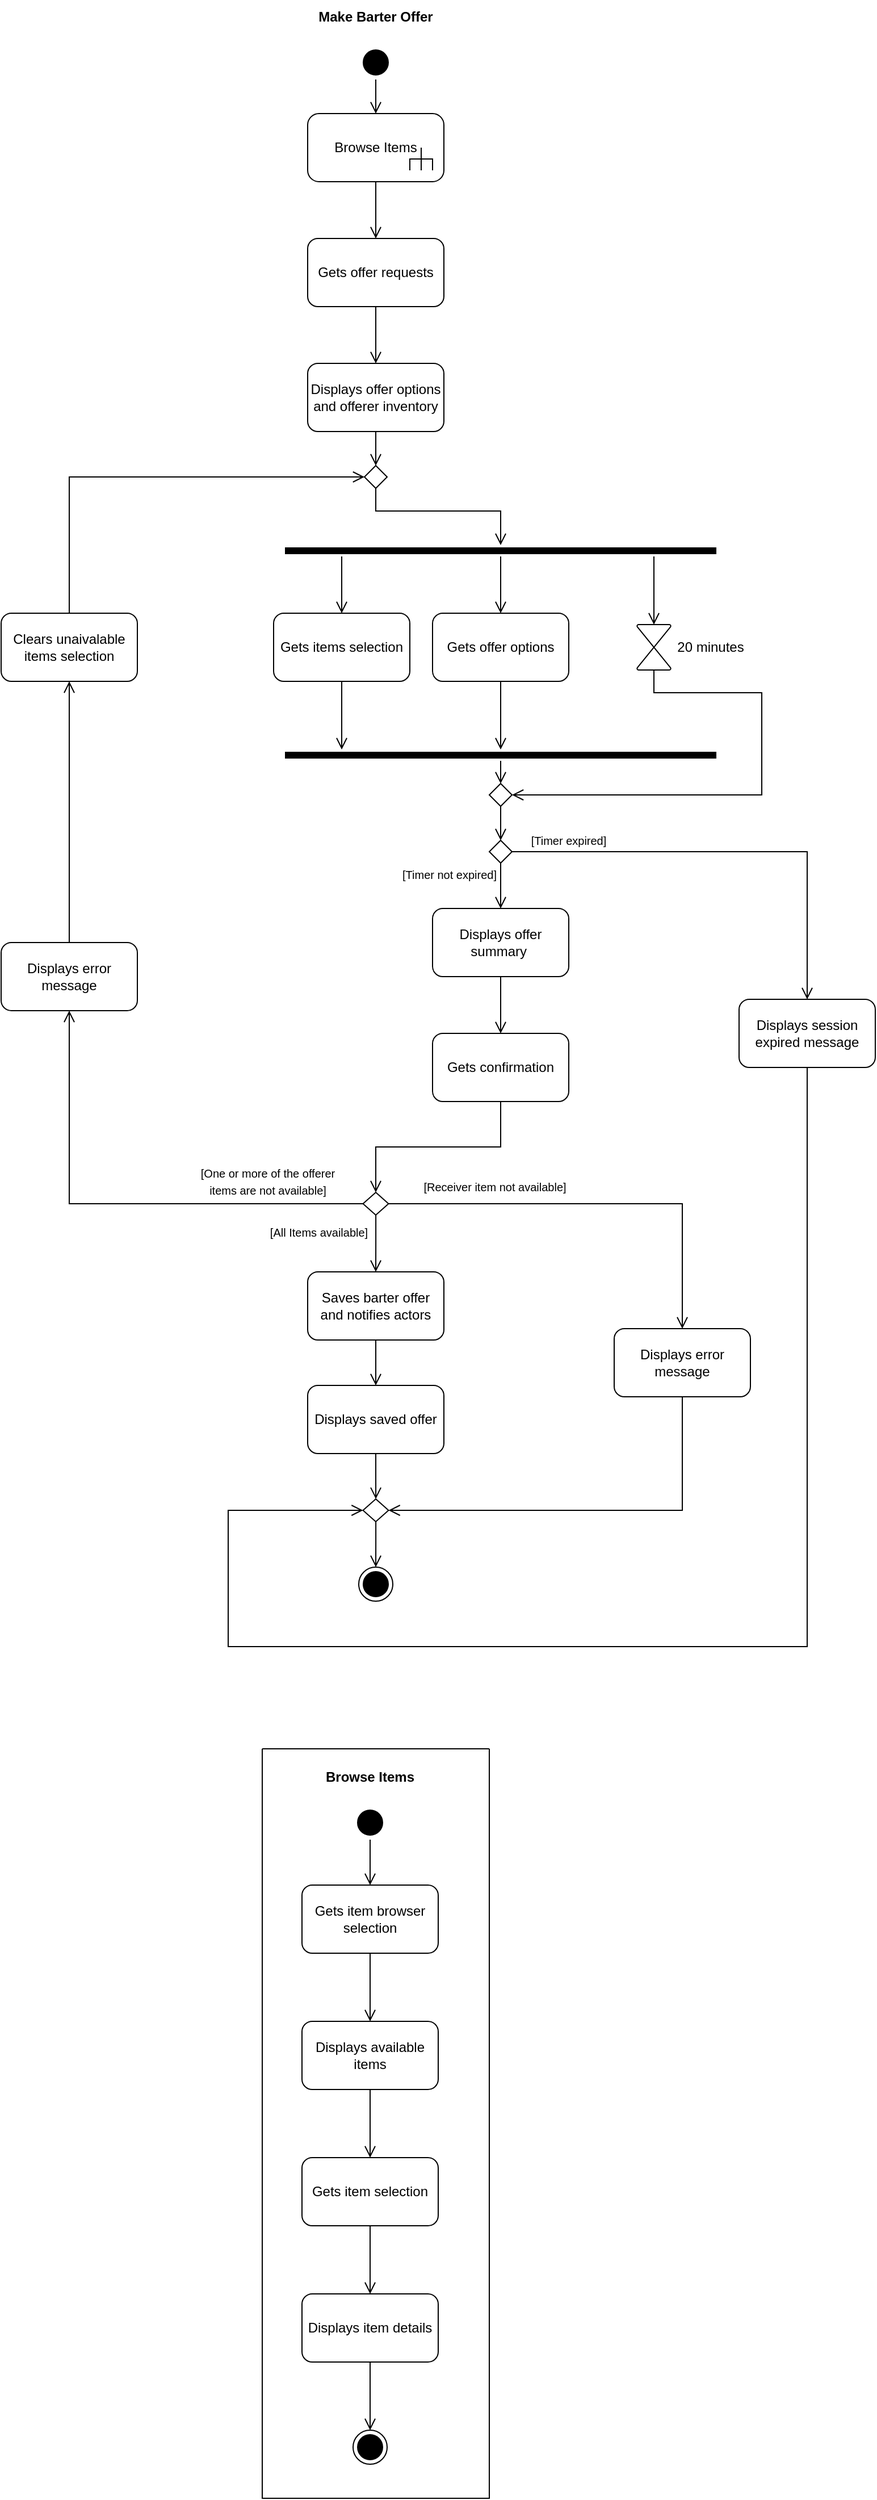
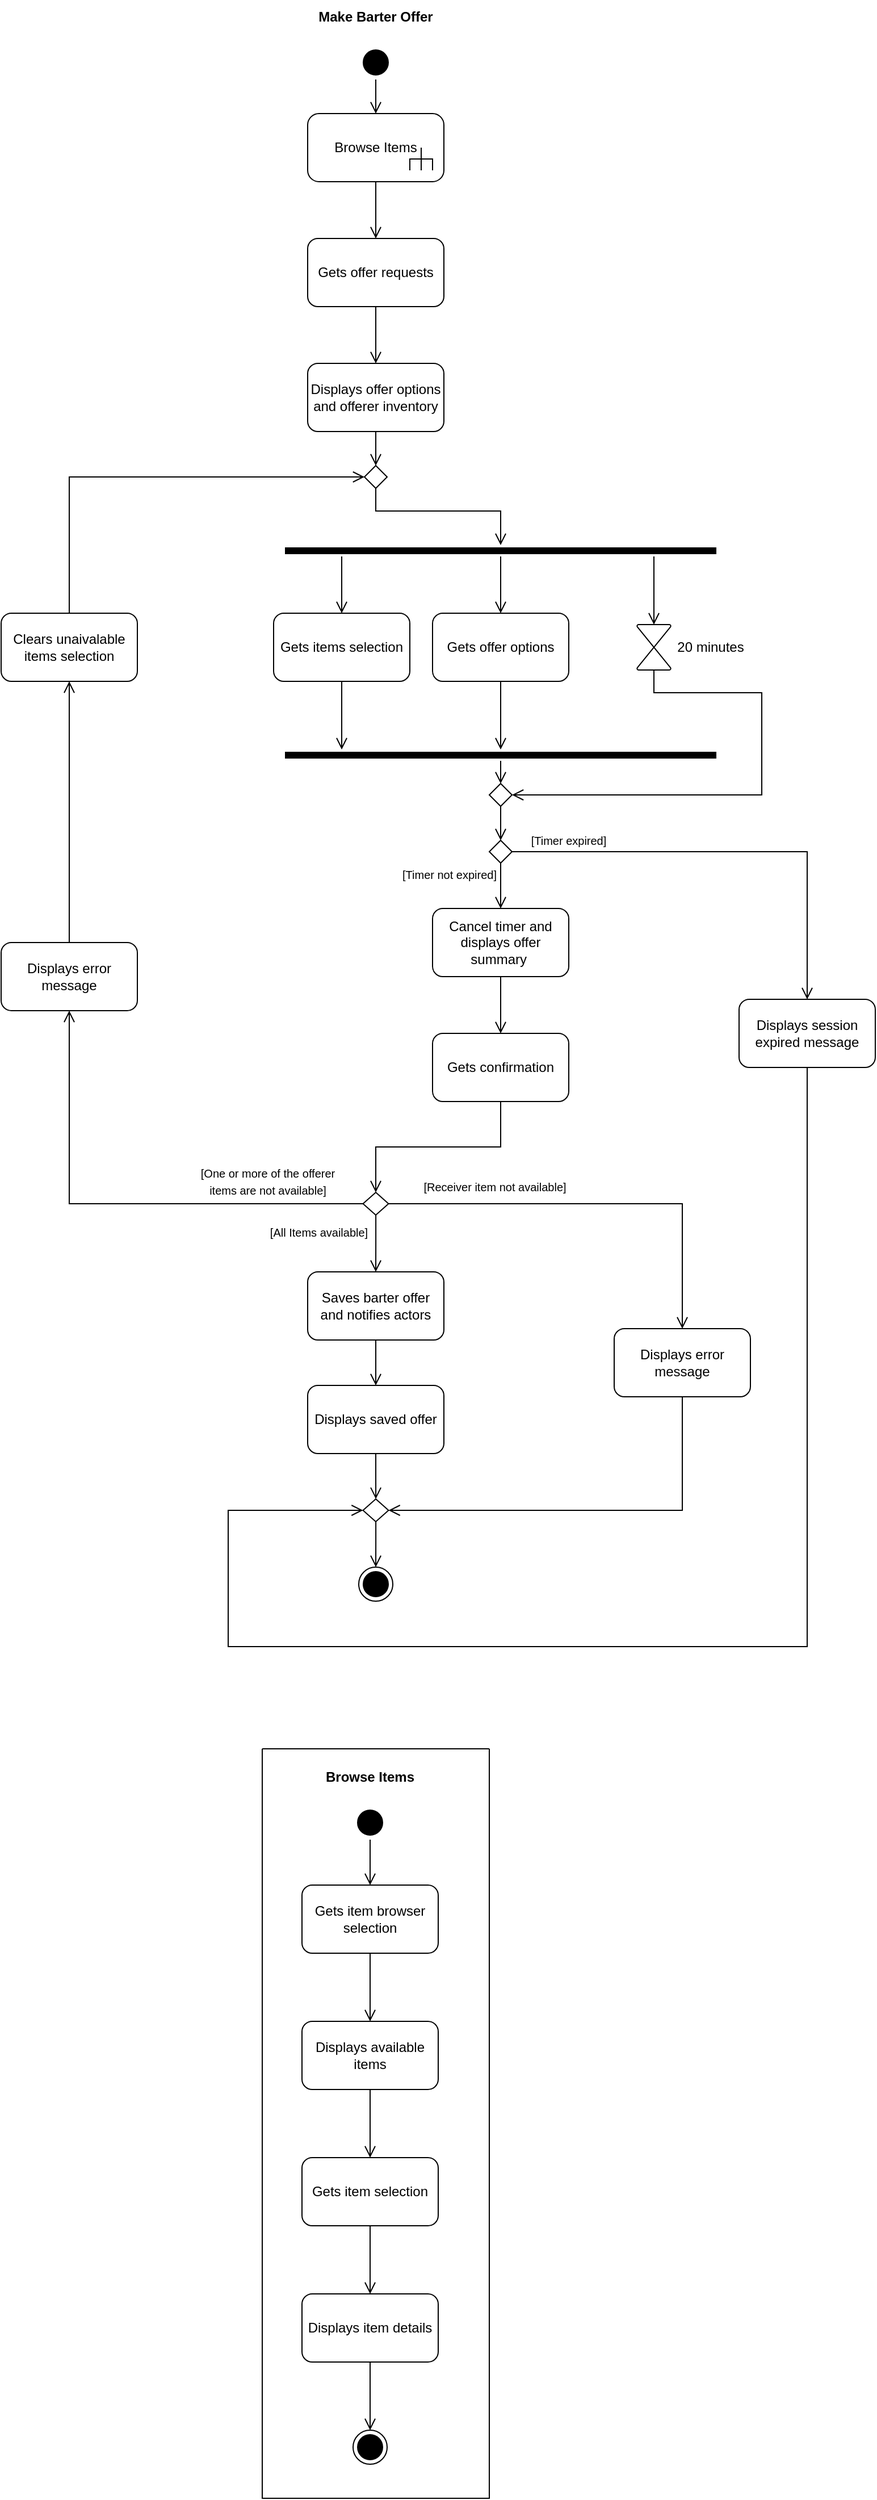
<mxfile host="app.diagrams.net">
  <diagram name="Pagina-1" id="wzVvh0PLMof7XneZ3m_G">
    <mxGraphModel dx="2353" dy="1339" grid="1" gridSize="10" guides="1" tooltips="1" connect="1" arrows="1" fold="1" page="1" pageScale="1" pageWidth="827" pageHeight="1169" math="0" shadow="0">
      <root>
        <mxCell id="0" />
        <mxCell id="1" parent="0" />
        <mxCell id="98pQ5EC6WEBKg6TK99Ge-1" parent="1" style="text;html=1;whiteSpace=wrap;strokeColor=none;fillColor=none;align=center;verticalAlign=middle;rounded=0;" value="&lt;b&gt;Make Barter Offer&lt;/b&gt;" vertex="1">
          <mxGeometry height="30" width="140" x="300" y="20" as="geometry" />
        </mxCell>
        <mxCell id="98pQ5EC6WEBKg6TK99Ge-6" parent="1" style="ellipse;html=1;shape=startState;fillColor=#000000;strokeColor=#000000;" value="" vertex="1">
          <mxGeometry height="30" width="30" x="355" y="60" as="geometry" />
        </mxCell>
        <mxCell id="98pQ5EC6WEBKg6TK99Ge-7" edge="1" parent="1" source="98pQ5EC6WEBKg6TK99Ge-6" style="edgeStyle=orthogonalEdgeStyle;html=1;verticalAlign=bottom;endArrow=open;endSize=8;strokeColor=#000000;rounded=0;" target="_pa2qI_lrXjVzIk5UoWA-33" value="">
          <mxGeometry relative="1" as="geometry">
            <mxPoint x="370" y="120" as="targetPoint" />
          </mxGeometry>
        </mxCell>
        <mxCell id="98pQ5EC6WEBKg6TK99Ge-8" parent="1" style="rounded=1;whiteSpace=wrap;html=1;" value="Gets offer requests" vertex="1">
          <mxGeometry height="60" width="120" x="310" y="230" as="geometry" />
        </mxCell>
        <mxCell id="98pQ5EC6WEBKg6TK99Ge-9" parent="1" style="rounded=1;whiteSpace=wrap;html=1;" value="Displays offer options and offerer inventory" vertex="1">
          <mxGeometry height="60" width="120" x="310" y="340" as="geometry" />
        </mxCell>
-         <mxCell id="98pQ5EC6WEBKg6TK99Ge-11" parent="1" style="rounded=1;whiteSpace=wrap;html=1;" value="Displays offer summary&amp;nbsp;" vertex="1">
+         <mxCell id="98pQ5EC6WEBKg6TK99Ge-11" parent="1" style="rounded=1;whiteSpace=wrap;html=1;" value="Cancel timer and displays offer summary&amp;nbsp;" vertex="1">
          <mxGeometry height="60" width="120" x="420" y="820" as="geometry" />
        </mxCell>
        <mxCell id="98pQ5EC6WEBKg6TK99Ge-12" parent="1" style="rounded=1;whiteSpace=wrap;html=1;" value="Gets confirmation" vertex="1">
          <mxGeometry height="60" width="120" x="420" y="930" as="geometry" />
        </mxCell>
        <mxCell id="98pQ5EC6WEBKg6TK99Ge-14" parent="1" style="rounded=1;whiteSpace=wrap;html=1;" value="Saves barter offer and notifies actors" vertex="1">
          <mxGeometry height="60" width="120" x="310" y="1140" as="geometry" />
        </mxCell>
        <mxCell id="98pQ5EC6WEBKg6TK99Ge-16" parent="1" style="rounded=1;whiteSpace=wrap;html=1;" value="Displays saved offer" vertex="1">
          <mxGeometry height="60" width="120" x="310" y="1240" as="geometry" />
        </mxCell>
        <mxCell id="98pQ5EC6WEBKg6TK99Ge-17" edge="1" parent="1" source="_pa2qI_lrXjVzIk5UoWA-33" style="edgeStyle=orthogonalEdgeStyle;html=1;verticalAlign=bottom;endArrow=open;endSize=8;strokeColor=#000000;rounded=0;" target="98pQ5EC6WEBKg6TK99Ge-8" value="">
          <mxGeometry relative="1" as="geometry">
            <mxPoint x="370" y="180" as="sourcePoint" />
            <mxPoint x="370" y="230" as="targetPoint" />
          </mxGeometry>
        </mxCell>
        <mxCell id="98pQ5EC6WEBKg6TK99Ge-18" edge="1" parent="1" source="98pQ5EC6WEBKg6TK99Ge-8" style="edgeStyle=orthogonalEdgeStyle;html=1;verticalAlign=bottom;endArrow=open;endSize=8;strokeColor=#000000;rounded=0;exitX=0.5;exitY=1;exitDx=0;exitDy=0;" target="98pQ5EC6WEBKg6TK99Ge-9" value="">
          <mxGeometry relative="1" as="geometry">
            <mxPoint x="370" y="320" as="sourcePoint" />
            <mxPoint x="370" y="350" as="targetPoint" />
          </mxGeometry>
        </mxCell>
        <mxCell id="98pQ5EC6WEBKg6TK99Ge-19" edge="1" parent="1" source="98pQ5EC6WEBKg6TK99Ge-9" style="edgeStyle=orthogonalEdgeStyle;html=1;verticalAlign=bottom;endArrow=open;endSize=8;strokeColor=#000000;rounded=0;" target="98pQ5EC6WEBKg6TK99Ge-45" value="">
          <mxGeometry relative="1" as="geometry">
            <mxPoint x="360" y="450" as="sourcePoint" />
            <mxPoint x="360" y="480" as="targetPoint" />
          </mxGeometry>
        </mxCell>
        <mxCell id="98pQ5EC6WEBKg6TK99Ge-20" edge="1" parent="1" source="_pa2qI_lrXjVzIk5UoWA-20" style="edgeStyle=orthogonalEdgeStyle;html=1;verticalAlign=bottom;endArrow=open;endSize=8;strokeColor=#000000;rounded=0;" target="98pQ5EC6WEBKg6TK99Ge-11" value="">
          <mxGeometry relative="1" as="geometry">
            <mxPoint x="695" y="1075" as="sourcePoint" />
            <mxPoint x="290" y="900" as="targetPoint" />
          </mxGeometry>
        </mxCell>
        <mxCell id="98pQ5EC6WEBKg6TK99Ge-21" edge="1" parent="1" source="98pQ5EC6WEBKg6TK99Ge-11" style="edgeStyle=orthogonalEdgeStyle;html=1;verticalAlign=bottom;endArrow=open;endSize=8;strokeColor=#000000;rounded=0;" target="98pQ5EC6WEBKg6TK99Ge-12" value="">
          <mxGeometry relative="1" as="geometry">
            <mxPoint x="290" y="990" as="sourcePoint" />
            <mxPoint x="290" y="1020" as="targetPoint" />
          </mxGeometry>
        </mxCell>
        <mxCell id="98pQ5EC6WEBKg6TK99Ge-22" edge="1" parent="1" source="98pQ5EC6WEBKg6TK99Ge-12" style="edgeStyle=orthogonalEdgeStyle;html=1;verticalAlign=bottom;endArrow=open;endSize=8;strokeColor=#000000;rounded=0;" target="98pQ5EC6WEBKg6TK99Ge-34" value="">
          <mxGeometry relative="1" as="geometry">
            <Array as="points">
              <mxPoint x="480" y="1030" />
              <mxPoint x="370" y="1030" />
            </Array>
            <mxPoint x="370" y="1060" as="sourcePoint" />
            <mxPoint x="370" y="1090" as="targetPoint" />
          </mxGeometry>
        </mxCell>
        <mxCell id="98pQ5EC6WEBKg6TK99Ge-23" edge="1" parent="1" source="98pQ5EC6WEBKg6TK99Ge-39" style="edgeStyle=orthogonalEdgeStyle;html=1;verticalAlign=bottom;endArrow=open;endSize=8;strokeColor=#000000;rounded=0;" target="98pQ5EC6WEBKg6TK99Ge-40" value="">
          <mxGeometry relative="1" as="geometry">
            <Array as="points">
              <mxPoint x="640" y="1350" />
            </Array>
            <mxPoint x="710" y="1340" as="sourcePoint" />
            <mxPoint x="370" y="1440" as="targetPoint" />
          </mxGeometry>
        </mxCell>
        <mxCell id="98pQ5EC6WEBKg6TK99Ge-26" edge="1" parent="1" source="98pQ5EC6WEBKg6TK99Ge-34" style="edgeStyle=orthogonalEdgeStyle;html=1;verticalAlign=bottom;endArrow=open;endSize=8;strokeColor=#000000;rounded=0;" target="98pQ5EC6WEBKg6TK99Ge-39" value="">
          <mxGeometry relative="1" as="geometry">
            <mxPoint x="470" y="1080" as="sourcePoint" />
            <mxPoint x="500" y="1080" as="targetPoint" />
          </mxGeometry>
        </mxCell>
        <mxCell id="98pQ5EC6WEBKg6TK99Ge-27" edge="1" parent="1" source="98pQ5EC6WEBKg6TK99Ge-34" style="edgeStyle=orthogonalEdgeStyle;html=1;verticalAlign=bottom;endArrow=open;endSize=8;strokeColor=#000000;rounded=0;exitX=0;exitY=0.5;exitDx=0;exitDy=0;" target="98pQ5EC6WEBKg6TK99Ge-42" value="">
          <mxGeometry relative="1" as="geometry">
            <mxPoint x="500" y="1030" as="sourcePoint" />
            <mxPoint x="200" y="1080" as="targetPoint" />
          </mxGeometry>
        </mxCell>
        <mxCell id="98pQ5EC6WEBKg6TK99Ge-28" edge="1" parent="1" source="98pQ5EC6WEBKg6TK99Ge-40" style="edgeStyle=orthogonalEdgeStyle;html=1;verticalAlign=bottom;endArrow=open;endSize=8;strokeColor=#000000;rounded=0;" target="98pQ5EC6WEBKg6TK99Ge-41" value="">
          <mxGeometry relative="1" as="geometry">
            <mxPoint x="481.05" y="1470" as="sourcePoint" />
            <mxPoint x="481.05" y="1500" as="targetPoint" />
          </mxGeometry>
        </mxCell>
        <mxCell id="98pQ5EC6WEBKg6TK99Ge-31" edge="1" parent="1" source="98pQ5EC6WEBKg6TK99Ge-43" style="edgeStyle=orthogonalEdgeStyle;html=1;verticalAlign=bottom;endArrow=open;endSize=8;strokeColor=#000000;rounded=0;" target="98pQ5EC6WEBKg6TK99Ge-45" value="">
          <mxGeometry relative="1" as="geometry">
            <Array as="points">
              <mxPoint x="100" y="440" />
            </Array>
            <mxPoint x="720" y="700" as="sourcePoint" />
            <mxPoint x="720" y="730" as="targetPoint" />
          </mxGeometry>
        </mxCell>
        <mxCell id="98pQ5EC6WEBKg6TK99Ge-32" edge="1" parent="1" source="98pQ5EC6WEBKg6TK99Ge-45" style="edgeStyle=orthogonalEdgeStyle;html=1;verticalAlign=bottom;endArrow=open;endSize=8;strokeColor=#000000;rounded=0;" target="_pa2qI_lrXjVzIk5UoWA-2" value="">
          <mxGeometry relative="1" as="geometry">
            <Array as="points">
              <mxPoint x="370" y="470" />
              <mxPoint x="480" y="470" />
            </Array>
            <mxPoint x="690" y="695" as="sourcePoint" />
            <mxPoint x="690" y="725" as="targetPoint" />
          </mxGeometry>
        </mxCell>
        <mxCell id="98pQ5EC6WEBKg6TK99Ge-33" edge="1" parent="1" source="98pQ5EC6WEBKg6TK99Ge-34" style="edgeStyle=orthogonalEdgeStyle;html=1;verticalAlign=bottom;endArrow=open;endSize=8;strokeColor=#000000;rounded=0;" target="98pQ5EC6WEBKg6TK99Ge-14" value="">
          <mxGeometry relative="1" as="geometry">
            <mxPoint x="540" y="1080" as="sourcePoint" />
            <mxPoint x="370" y="1120" as="targetPoint" />
          </mxGeometry>
        </mxCell>
        <mxCell id="98pQ5EC6WEBKg6TK99Ge-34" parent="1" style="rhombus;whiteSpace=wrap;html=1;" value="" vertex="1">
          <mxGeometry height="20" width="22.5" x="358.75" y="1070" as="geometry" />
        </mxCell>
        <mxCell id="98pQ5EC6WEBKg6TK99Ge-36" parent="1" style="text;html=1;whiteSpace=wrap;strokeColor=none;fillColor=none;align=center;verticalAlign=middle;rounded=0;" value="&lt;font style=&quot;font-size: 10px;&quot;&gt;[Receiver item not available]&lt;/font&gt;" vertex="1">
          <mxGeometry height="30" width="130" x="410" y="1050" as="geometry" />
        </mxCell>
        <mxCell id="98pQ5EC6WEBKg6TK99Ge-37" parent="1" style="text;html=1;whiteSpace=wrap;strokeColor=none;fillColor=none;align=center;verticalAlign=middle;rounded=0;" value="&lt;font style=&quot;font-size: 10px;&quot;&gt;[One or more of the offerer items are not available]&lt;/font&gt;" vertex="1">
          <mxGeometry height="30" width="130" x="210" y="1045" as="geometry" />
        </mxCell>
        <mxCell id="98pQ5EC6WEBKg6TK99Ge-38" parent="1" style="text;html=1;whiteSpace=wrap;strokeColor=none;fillColor=none;align=center;verticalAlign=middle;rounded=0;" value="&lt;font style=&quot;font-size: 10px;&quot;&gt;[All Items available]&lt;/font&gt;" vertex="1">
          <mxGeometry height="30" width="90" x="275" y="1090" as="geometry" />
        </mxCell>
        <mxCell id="98pQ5EC6WEBKg6TK99Ge-39" parent="1" style="rounded=1;whiteSpace=wrap;html=1;" value="Displays error message" vertex="1">
          <mxGeometry height="60" width="120" x="580" y="1190" as="geometry" />
        </mxCell>
        <mxCell id="98pQ5EC6WEBKg6TK99Ge-40" parent="1" style="rhombus;whiteSpace=wrap;html=1;" value="" vertex="1">
          <mxGeometry height="20" width="22.5" x="358.75" y="1340" as="geometry" />
        </mxCell>
        <mxCell id="98pQ5EC6WEBKg6TK99Ge-41" parent="1" style="ellipse;html=1;shape=endState;fillColor=#000000;strokeColor=#000000;" value="" vertex="1">
          <mxGeometry height="30" width="30" x="355" y="1400" as="geometry" />
        </mxCell>
        <mxCell id="98pQ5EC6WEBKg6TK99Ge-42" parent="1" style="rounded=1;whiteSpace=wrap;html=1;" value="Displays error message" vertex="1">
          <mxGeometry height="60" width="120" x="40" y="850" as="geometry" />
        </mxCell>
        <mxCell id="98pQ5EC6WEBKg6TK99Ge-43" parent="1" style="rounded=1;whiteSpace=wrap;html=1;" value="Clears unaivalable items selection" vertex="1">
          <mxGeometry height="60" width="120" x="40" y="560" as="geometry" />
        </mxCell>
        <mxCell id="98pQ5EC6WEBKg6TK99Ge-45" parent="1" style="rhombus;whiteSpace=wrap;html=1;" value="" vertex="1">
          <mxGeometry height="20" width="20" x="360" y="430" as="geometry" />
        </mxCell>
        <mxCell id="98pQ5EC6WEBKg6TK99Ge-47" edge="1" parent="1" source="98pQ5EC6WEBKg6TK99Ge-42" style="edgeStyle=orthogonalEdgeStyle;html=1;verticalAlign=bottom;endArrow=open;endSize=8;strokeColor=#000000;rounded=0;" target="98pQ5EC6WEBKg6TK99Ge-43" value="">
          <mxGeometry relative="1" as="geometry">
            <mxPoint x="190" y="450" as="sourcePoint" />
            <mxPoint x="190" y="480" as="targetPoint" />
          </mxGeometry>
        </mxCell>
        <mxCell id="98pQ5EC6WEBKg6TK99Ge-49" edge="1" parent="1" source="98pQ5EC6WEBKg6TK99Ge-16" style="edgeStyle=orthogonalEdgeStyle;html=1;verticalAlign=bottom;endArrow=open;endSize=8;strokeColor=#000000;rounded=0;" target="98pQ5EC6WEBKg6TK99Ge-40" value="">
          <mxGeometry relative="1" as="geometry">
            <mxPoint x="550" y="890" as="sourcePoint" />
            <mxPoint x="400" y="1420" as="targetPoint" />
          </mxGeometry>
        </mxCell>
        <mxCell id="98pQ5EC6WEBKg6TK99Ge-54" edge="1" parent="1" source="98pQ5EC6WEBKg6TK99Ge-14" style="edgeStyle=orthogonalEdgeStyle;html=1;verticalAlign=bottom;endArrow=open;endSize=8;strokeColor=#000000;rounded=0;" target="98pQ5EC6WEBKg6TK99Ge-16" value="">
          <mxGeometry relative="1" as="geometry">
            <mxPoint x="370" y="1280" as="sourcePoint" />
            <mxPoint x="370" y="1350" as="targetPoint" />
          </mxGeometry>
        </mxCell>
        <mxCell id="98pQ5EC6WEBKg6TK99Ge-60" parent="1" style="rounded=1;whiteSpace=wrap;html=1;" value="Gets item browser selection" vertex="1">
          <mxGeometry height="60" width="120" x="305" y="1680" as="geometry" />
        </mxCell>
        <mxCell id="98pQ5EC6WEBKg6TK99Ge-61" parent="1" style="rounded=1;whiteSpace=wrap;html=1;" value="Displays available items" vertex="1">
          <mxGeometry height="60" width="120" x="305" y="1800" as="geometry" />
        </mxCell>
        <mxCell id="98pQ5EC6WEBKg6TK99Ge-62" parent="1" style="rounded=1;whiteSpace=wrap;html=1;" value="Gets item selection" vertex="1">
          <mxGeometry height="60" width="120" x="305" y="1920" as="geometry" />
        </mxCell>
        <mxCell id="98pQ5EC6WEBKg6TK99Ge-63" parent="1" style="ellipse;html=1;shape=startState;fillColor=#000000;strokeColor=#000000;" value="" vertex="1">
          <mxGeometry height="30" width="30" x="350" y="1610" as="geometry" />
        </mxCell>
        <mxCell id="98pQ5EC6WEBKg6TK99Ge-64" parent="1" style="ellipse;html=1;shape=endState;fillColor=#000000;strokeColor=#000000;" value="" vertex="1">
          <mxGeometry height="30" width="30" x="350" y="2160" as="geometry" />
        </mxCell>
        <mxCell id="98pQ5EC6WEBKg6TK99Ge-65" edge="1" parent="1" source="98pQ5EC6WEBKg6TK99Ge-63" style="edgeStyle=orthogonalEdgeStyle;html=1;verticalAlign=bottom;endArrow=open;endSize=8;strokeColor=#000000;rounded=0;" target="98pQ5EC6WEBKg6TK99Ge-60" value="">
          <mxGeometry relative="1" as="geometry">
            <mxPoint x="410" y="1640" as="sourcePoint" />
            <mxPoint x="410" y="1670" as="targetPoint" />
          </mxGeometry>
        </mxCell>
        <mxCell id="98pQ5EC6WEBKg6TK99Ge-66" edge="1" parent="1" source="98pQ5EC6WEBKg6TK99Ge-60" style="edgeStyle=orthogonalEdgeStyle;html=1;verticalAlign=bottom;endArrow=open;endSize=8;strokeColor=#000000;rounded=0;" target="98pQ5EC6WEBKg6TK99Ge-61" value="">
          <mxGeometry relative="1" as="geometry">
            <mxPoint x="430" y="1790" as="sourcePoint" />
            <mxPoint x="430" y="1820" as="targetPoint" />
          </mxGeometry>
        </mxCell>
        <mxCell id="98pQ5EC6WEBKg6TK99Ge-67" edge="1" parent="1" source="98pQ5EC6WEBKg6TK99Ge-61" style="edgeStyle=orthogonalEdgeStyle;html=1;verticalAlign=bottom;endArrow=open;endSize=8;strokeColor=#000000;rounded=0;" target="98pQ5EC6WEBKg6TK99Ge-62" value="">
          <mxGeometry relative="1" as="geometry">
            <mxPoint x="500" y="2000" as="sourcePoint" />
            <mxPoint x="500" y="2030" as="targetPoint" />
          </mxGeometry>
        </mxCell>
        <mxCell id="98pQ5EC6WEBKg6TK99Ge-68" edge="1" parent="1" source="98pQ5EC6WEBKg6TK99Ge-62" style="edgeStyle=orthogonalEdgeStyle;html=1;verticalAlign=bottom;endArrow=open;endSize=8;strokeColor=#000000;rounded=0;" target="98pQ5EC6WEBKg6TK99Ge-70" value="">
          <mxGeometry relative="1" as="geometry">
            <mxPoint x="510" y="2140" as="sourcePoint" />
            <mxPoint x="510" y="2170" as="targetPoint" />
          </mxGeometry>
        </mxCell>
        <mxCell id="98pQ5EC6WEBKg6TK99Ge-69" edge="1" parent="1" source="98pQ5EC6WEBKg6TK99Ge-70" style="edgeStyle=orthogonalEdgeStyle;html=1;verticalAlign=bottom;endArrow=open;endSize=8;strokeColor=#000000;rounded=0;" target="98pQ5EC6WEBKg6TK99Ge-64" value="">
          <mxGeometry relative="1" as="geometry">
            <mxPoint x="490" y="2280" as="sourcePoint" />
            <mxPoint x="490" y="2310" as="targetPoint" />
          </mxGeometry>
        </mxCell>
        <mxCell id="98pQ5EC6WEBKg6TK99Ge-70" parent="1" style="rounded=1;whiteSpace=wrap;html=1;" value="Displays item details" vertex="1">
          <mxGeometry height="60" width="120" x="305" y="2040" as="geometry" />
        </mxCell>
        <mxCell id="_pa2qI_lrXjVzIk5UoWA-2" parent="1" style="shape=line;html=1;strokeWidth=6;strokeColor=#000000;" value="" vertex="1">
          <mxGeometry height="10" width="380" x="290" y="500" as="geometry" />
        </mxCell>
        <mxCell id="_pa2qI_lrXjVzIk5UoWA-3" parent="1" style="shape=line;html=1;strokeWidth=6;strokeColor=#000000;" value="" vertex="1">
          <mxGeometry height="10" width="380" x="290" y="680" as="geometry" />
        </mxCell>
        <mxCell id="_pa2qI_lrXjVzIk5UoWA-4" parent="1" style="rounded=1;whiteSpace=wrap;html=1;" value="Gets items selection" vertex="1">
          <mxGeometry height="60" width="120" x="280" y="560" as="geometry" />
        </mxCell>
        <mxCell id="_pa2qI_lrXjVzIk5UoWA-5" parent="1" style="rounded=1;whiteSpace=wrap;html=1;" value="Gets offer options" vertex="1">
          <mxGeometry height="60" width="120" x="420" y="560" as="geometry" />
        </mxCell>
        <mxCell id="_pa2qI_lrXjVzIk5UoWA-8" parent="1" style="verticalLabelPosition=bottom;verticalAlign=top;html=1;shape=mxgraph.flowchart.collate;" value="" vertex="1">
          <mxGeometry height="40" width="30" x="600" y="570" as="geometry" />
        </mxCell>
        <mxCell id="_pa2qI_lrXjVzIk5UoWA-9" edge="1" parent="1" source="_pa2qI_lrXjVzIk5UoWA-2" style="edgeStyle=orthogonalEdgeStyle;html=1;verticalAlign=bottom;endArrow=open;endSize=8;strokeColor=#000000;rounded=0;" target="_pa2qI_lrXjVzIk5UoWA-4" value="">
          <mxGeometry relative="1" as="geometry">
            <Array as="points">
              <mxPoint x="340" y="520" />
              <mxPoint x="340" y="520" />
            </Array>
            <mxPoint x="800" y="520" as="sourcePoint" />
            <mxPoint x="800" y="570" as="targetPoint" />
          </mxGeometry>
        </mxCell>
        <mxCell id="_pa2qI_lrXjVzIk5UoWA-10" parent="1" style="text;html=1;whiteSpace=wrap;strokeColor=none;fillColor=none;align=center;verticalAlign=middle;rounded=0;" value="20 minutes" vertex="1">
          <mxGeometry height="30" width="90" x="620" y="575" as="geometry" />
        </mxCell>
        <mxCell id="_pa2qI_lrXjVzIk5UoWA-12" edge="1" parent="1" source="_pa2qI_lrXjVzIk5UoWA-2" style="edgeStyle=orthogonalEdgeStyle;html=1;verticalAlign=bottom;endArrow=open;endSize=8;strokeColor=#000000;rounded=0;" target="_pa2qI_lrXjVzIk5UoWA-8" value="">
          <mxGeometry relative="1" as="geometry">
            <Array as="points">
              <mxPoint x="615" y="520" />
              <mxPoint x="615" y="520" />
            </Array>
            <mxPoint x="790" y="760" as="sourcePoint" />
            <mxPoint x="790" y="810" as="targetPoint" />
          </mxGeometry>
        </mxCell>
        <mxCell id="_pa2qI_lrXjVzIk5UoWA-13" edge="1" parent="1" source="_pa2qI_lrXjVzIk5UoWA-2" style="edgeStyle=orthogonalEdgeStyle;html=1;verticalAlign=bottom;endArrow=open;endSize=8;strokeColor=#000000;rounded=0;" target="_pa2qI_lrXjVzIk5UoWA-5" value="">
          <mxGeometry relative="1" as="geometry">
            <mxPoint x="800" y="410" as="sourcePoint" />
            <mxPoint x="800" y="460" as="targetPoint" />
          </mxGeometry>
        </mxCell>
        <mxCell id="_pa2qI_lrXjVzIk5UoWA-16" edge="1" parent="1" source="_pa2qI_lrXjVzIk5UoWA-5" style="edgeStyle=orthogonalEdgeStyle;html=1;verticalAlign=bottom;endArrow=open;endSize=8;strokeColor=#000000;rounded=0;" target="_pa2qI_lrXjVzIk5UoWA-3" value="">
          <mxGeometry relative="1" as="geometry">
            <Array as="points" />
            <mxPoint x="420" y="640" as="sourcePoint" />
            <mxPoint x="480" y="670" as="targetPoint" />
          </mxGeometry>
        </mxCell>
        <mxCell id="_pa2qI_lrXjVzIk5UoWA-17" edge="1" parent="1" source="_pa2qI_lrXjVzIk5UoWA-4" style="edgeStyle=orthogonalEdgeStyle;html=1;verticalAlign=bottom;endArrow=open;endSize=8;strokeColor=#000000;rounded=0;" target="_pa2qI_lrXjVzIk5UoWA-3" value="">
          <mxGeometry relative="1" as="geometry">
            <Array as="points">
              <mxPoint x="340" y="650" />
              <mxPoint x="340" y="650" />
            </Array>
            <mxPoint x="360" y="660" as="sourcePoint" />
            <mxPoint x="470" y="680" as="targetPoint" />
          </mxGeometry>
        </mxCell>
        <mxCell id="_pa2qI_lrXjVzIk5UoWA-18" edge="1" parent="1" source="_pa2qI_lrXjVzIk5UoWA-20" style="edgeStyle=orthogonalEdgeStyle;html=1;verticalAlign=bottom;endArrow=open;endSize=8;strokeColor=#000000;rounded=0;" target="_pa2qI_lrXjVzIk5UoWA-22" value="">
          <mxGeometry relative="1" as="geometry">
            <Array as="points">
              <mxPoint x="750" y="770" />
            </Array>
            <mxPoint x="490" y="770" as="sourcePoint" />
            <mxPoint x="760.0285714285715" y="910" as="targetPoint" />
          </mxGeometry>
        </mxCell>
        <mxCell id="_pa2qI_lrXjVzIk5UoWA-20" parent="1" style="rhombus;whiteSpace=wrap;html=1;" value="" vertex="1">
          <mxGeometry height="20" width="20" x="470" y="760" as="geometry" />
        </mxCell>
        <mxCell id="_pa2qI_lrXjVzIk5UoWA-21" parent="1" style="text;html=1;whiteSpace=wrap;strokeColor=none;fillColor=none;align=center;verticalAlign=middle;rounded=0;" value="&lt;font style=&quot;font-size: 10px;&quot;&gt;[Timer expired]&lt;/font&gt;" vertex="1">
          <mxGeometry height="30" width="100" x="490" y="745" as="geometry" />
        </mxCell>
        <mxCell id="_pa2qI_lrXjVzIk5UoWA-22" parent="1" style="rounded=1;whiteSpace=wrap;html=1;" value="Displays session expired message" vertex="1">
          <mxGeometry height="60" width="120" x="690" y="900" as="geometry" />
        </mxCell>
        <mxCell id="_pa2qI_lrXjVzIk5UoWA-23" parent="1" style="text;html=1;whiteSpace=wrap;strokeColor=none;fillColor=none;align=center;verticalAlign=middle;rounded=0;" value="&lt;font style=&quot;font-size: 10px;&quot;&gt;[Timer not expired]&lt;/font&gt;" vertex="1">
          <mxGeometry height="30" width="100" x="385" y="775" as="geometry" />
        </mxCell>
        <mxCell id="_pa2qI_lrXjVzIk5UoWA-25" edge="1" parent="1" source="_pa2qI_lrXjVzIk5UoWA-22" style="edgeStyle=orthogonalEdgeStyle;html=1;verticalAlign=bottom;endArrow=open;endSize=8;strokeColor=#000000;rounded=0;" target="98pQ5EC6WEBKg6TK99Ge-40" value="">
          <mxGeometry relative="1" as="geometry">
            <Array as="points">
              <mxPoint x="750" y="1470" />
              <mxPoint x="240" y="1470" />
              <mxPoint x="240" y="1350" />
            </Array>
            <mxPoint x="1310" y="910" as="sourcePoint" />
            <mxPoint x="1140" y="1240" as="targetPoint" />
          </mxGeometry>
        </mxCell>
        <mxCell id="_pa2qI_lrXjVzIk5UoWA-26" parent="1" style="swimlane;startSize=0;" value="" vertex="1">
          <mxGeometry height="660" width="200" x="270" y="1560" as="geometry" />
        </mxCell>
        <mxCell id="98pQ5EC6WEBKg6TK99Ge-3" parent="_pa2qI_lrXjVzIk5UoWA-26" style="text;html=1;whiteSpace=wrap;strokeColor=none;fillColor=none;align=center;verticalAlign=middle;rounded=0;" value="&lt;b&gt;Browse Items&lt;/b&gt;" vertex="1">
          <mxGeometry height="30" width="100" x="45" y="10" as="geometry" />
        </mxCell>
        <mxCell id="_pa2qI_lrXjVzIk5UoWA-33" parent="1" style="html=1;shape=mxgraph.sysml.callBehAct;whiteSpace=wrap;align=center;" value="Browse Items" vertex="1">
          <mxGeometry height="60" width="120" x="310" y="120" as="geometry" />
        </mxCell>
        <mxCell id="_pa2qI_lrXjVzIk5UoWA-34" edge="1" parent="1" source="_pa2qI_lrXjVzIk5UoWA-3" style="edgeStyle=orthogonalEdgeStyle;html=1;verticalAlign=bottom;endArrow=open;endSize=8;strokeColor=#000000;rounded=0;" target="_pa2qI_lrXjVzIk5UoWA-36" value="">
          <mxGeometry relative="1" as="geometry">
            <mxPoint x="490" y="740" as="sourcePoint" />
            <mxPoint x="420" y="760" as="targetPoint" />
          </mxGeometry>
        </mxCell>
        <mxCell id="_pa2qI_lrXjVzIk5UoWA-35" edge="1" parent="1" source="_pa2qI_lrXjVzIk5UoWA-8" style="edgeStyle=orthogonalEdgeStyle;html=1;verticalAlign=bottom;endArrow=open;endSize=8;strokeColor=#000000;rounded=0;" target="_pa2qI_lrXjVzIk5UoWA-36" value="">
          <mxGeometry relative="1" as="geometry">
            <Array as="points">
              <mxPoint x="615" y="630" />
              <mxPoint x="710" y="630" />
              <mxPoint x="710" y="720" />
            </Array>
            <mxPoint x="710" y="650" as="sourcePoint" />
            <mxPoint x="610" y="720" as="targetPoint" />
          </mxGeometry>
        </mxCell>
        <mxCell id="_pa2qI_lrXjVzIk5UoWA-36" parent="1" style="rhombus;whiteSpace=wrap;html=1;" value="" vertex="1">
          <mxGeometry height="20" width="20" x="470" y="710" as="geometry" />
        </mxCell>
        <mxCell id="_pa2qI_lrXjVzIk5UoWA-37" edge="1" parent="1" source="_pa2qI_lrXjVzIk5UoWA-36" style="edgeStyle=orthogonalEdgeStyle;html=1;verticalAlign=bottom;endArrow=open;endSize=8;strokeColor=#000000;rounded=0;" target="_pa2qI_lrXjVzIk5UoWA-20" value="">
          <mxGeometry relative="1" as="geometry">
            <mxPoint x="430" y="750" as="sourcePoint" />
            <mxPoint x="430" y="770" as="targetPoint" />
          </mxGeometry>
        </mxCell>
      </root>
    </mxGraphModel>
  </diagram>
</mxfile>
